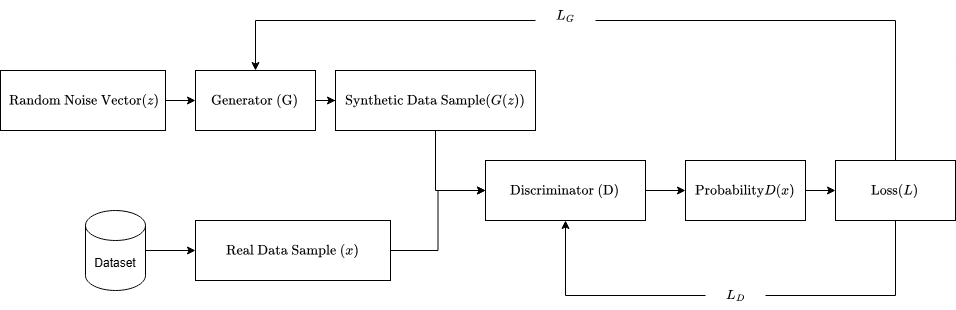
samjoash9/SFSAGEpaper keeps this draw.io diagram as figures/gan_framework.png. Above is the earlier version. Source tidied: cells renumbered, new cells last; positions are measured from the earlier drawing's top-left corner, leaving out a move shared by most shapes.
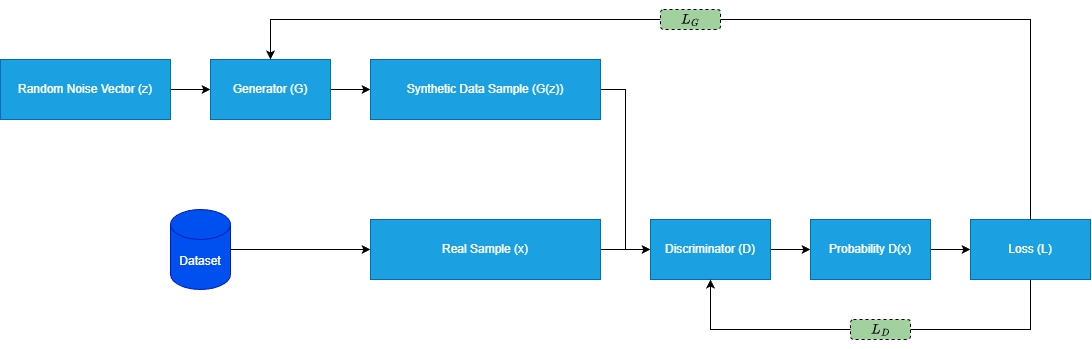
The same file after the commit.

Change to the diagram source:
```diff
@@ -1,111 +1,81 @@
-<mxGraphModel background="#ffffff" math="1">
+<mxGraphModel background="#FFFFFF" math="1">
   <root>
     <mxCell id="0" />
     <mxCell id="1" parent="0" />
-    <mxCell id="2" style="edgeStyle=orthogonalEdgeStyle;rounded=0;orthogonalLoop=1;jettySize=auto;html=1;" parent="1" edge="1">
-      <mxGeometry relative="1" as="geometry">
-        <mxPoint x="445" y="210" as="sourcePoint" />
-      </mxGeometry>
-    </mxCell>
-    <mxCell id="3" style="edgeStyle=orthogonalEdgeStyle;rounded=0;orthogonalLoop=1;jettySize=auto;html=1;" parent="1" edge="1">
-      <mxGeometry relative="1" as="geometry">
-        <mxPoint x="445" y="210" as="sourcePoint" />
-      </mxGeometry>
-    </mxCell>
-    <mxCell id="4" style="edgeStyle=orthogonalEdgeStyle;rounded=0;orthogonalLoop=1;jettySize=auto;html=1;" parent="1" edge="1">
-      <mxGeometry relative="1" as="geometry">
-        <mxPoint x="485" y="250" as="sourcePoint" />
-      </mxGeometry>
-    </mxCell>
-    <mxCell id="5" style="edgeStyle=orthogonalEdgeStyle;rounded=0;orthogonalLoop=1;jettySize=auto;html=1;entryX=0.5;entryY=0;entryDx=0;entryDy=0;" parent="1" edge="1">
-      <mxGeometry relative="1" as="geometry">
-        <mxPoint x="525" y="210" as="sourcePoint" />
-      </mxGeometry>
-    </mxCell>
-    <mxCell id="6" style="edgeStyle=orthogonalEdgeStyle;rounded=0;orthogonalLoop=1;jettySize=auto;html=1;" parent="1" edge="1">
-      <mxGeometry relative="1" as="geometry">
-        <mxPoint x="365" y="370" as="sourcePoint" />
-      </mxGeometry>
-    </mxCell>
-    <mxCell id="7" style="edgeStyle=orthogonalEdgeStyle;rounded=0;orthogonalLoop=1;jettySize=auto;html=1;" parent="1" edge="1">
-      <mxGeometry relative="1" as="geometry">
-        <mxPoint x="665" y="370" as="sourcePoint" />
-      </mxGeometry>
-    </mxCell>
-    <mxCell id="8" style="edgeStyle=orthogonalEdgeStyle;rounded=0;jettySize=auto;html=1;entryX=0;entryY=0.5;entryDx=0;entryDy=0;" parent="1" edge="1" source="9" target="11">
-      <mxGeometry relative="1" as="geometry" />
-    </mxCell>
-    <mxCell id="9" value="&amp;nbsp;\( \text{Random Noise Vector}&amp;nbsp; (z)\)" style="rounded=0;whiteSpace=wrap;html=1;" parent="1" vertex="1">
-      <mxGeometry y="70" width="165" height="60" as="geometry" />
-    </mxCell>
-    <mxCell id="10" style="edgeStyle=orthogonalEdgeStyle;rounded=0;jettySize=auto;html=1;" parent="1" edge="1" source="11" target="19">
-      <mxGeometry relative="1" as="geometry" />
-    </mxCell>
-    <mxCell id="11" value="\(\text{Generator (G)}\)" style="rounded=0;whiteSpace=wrap;html=1;" parent="1" vertex="1">
-      <mxGeometry x="195" y="70" width="120" height="60" as="geometry" />
-    </mxCell>
-    <mxCell id="12" style="edgeStyle=orthogonalEdgeStyle;rounded=0;jettySize=auto;html=1;entryX=0;entryY=0.5;entryDx=0;entryDy=0;" parent="1" edge="1" source="13" target="15">
-      <mxGeometry relative="1" as="geometry" />
-    </mxCell>
+    <mxCell id="29" style="edgeStyle=orthogonalEdgeStyle;rounded=0;jettySize=auto;html=1;entryX=0;entryY=0.5;entryDx=0;entryDy=0;" parent="1" edge="1" source="30" target="32">
+      <mxGeometry relative="1" as="geometry" />
+    </mxCell>
+    <mxCell id="30" value="Random Noise Vector (z)" style="rounded=0;whiteSpace=wrap;html=1;fillColor=#1BA1E2;strokeColor=#006EAF;fontColor=#ffffff;" parent="1" vertex="1">
+      <mxGeometry x="-85" y="60" width="170" height="60" as="geometry" />
+    </mxCell>
+    <mxCell id="31" style="edgeStyle=orthogonalEdgeStyle;rounded=0;jettySize=auto;html=1;entryX=0;entryY=0.5;entryDx=0;entryDy=0;" parent="1" edge="1" source="32" target="34">
+      <mxGeometry relative="1" as="geometry" />
+    </mxCell>
+    <mxCell id="32" value="Generator (G)" style="rounded=0;whiteSpace=wrap;html=1;fillColor=#1BA1E2;fontColor=#ffffff;strokeColor=#006EAF;" parent="1" vertex="1">
+      <mxGeometry x="125" y="60" width="120" height="60" as="geometry" />
+    </mxCell>
+    <mxCell id="33" style="edgeStyle=orthogonalEdgeStyle;rounded=0;jettySize=auto;html=1;entryX=0;entryY=0.5;entryDx=0;entryDy=0;" parent="1" edge="1" source="34" target="39">
+      <mxGeometry relative="1" as="geometry" />
+    </mxCell>
+    <mxCell id="34" value="Synthetic Data Sample (G(z))" style="rounded=0;whiteSpace=wrap;html=1;fillColor=#1BA1E2;fontColor=#ffffff;strokeColor=#006EAF;" parent="1" vertex="1">
+      <mxGeometry x="285" y="60" width="230" height="60" as="geometry" />
+    </mxCell>
+    <mxCell id="35" style="edgeStyle=orthogonalEdgeStyle;rounded=0;jettySize=auto;html=1;" parent="1" edge="1" source="36">
+      <mxGeometry relative="1" as="geometry">
+        <mxPoint x="565" y="250" as="targetPoint" />
+      </mxGeometry>
+    </mxCell>
+    <mxCell id="36" value="Real Sample (x)" style="rounded=0;whiteSpace=wrap;html=1;fillColor=#1BA1E2;fontColor=#ffffff;strokeColor=#006EAF;" parent="1" vertex="1">
+      <mxGeometry x="285" y="220" width="230" height="60" as="geometry" />
+    </mxCell>
+    <mxCell id="37" style="edgeStyle=orthogonalEdgeStyle;rounded=0;jettySize=auto;html=1;entryX=0;entryY=0.5;entryDx=0;entryDy=0;" parent="1" edge="1" source="13" target="36">
+      <mxGeometry relative="1" as="geometry" />
+    </mxCell>
-    <mxCell id="13" value="Dataset" style="shape=cylinder3;whiteSpace=wrap;html=1;boundedLbl=1;backgroundOutline=1;size=15;" parent="1" vertex="1">
+    <mxCell id="13" value="Dataset" style="shape=cylinder3;whiteSpace=wrap;html=1;boundedLbl=1;backgroundOutline=1;size=15;fillColor=#0050ef;fontColor=#ffffff;strokeColor=#001DBC;" parent="1" vertex="1">
       <mxGeometry x="85" y="210" width="60" height="80" as="geometry" />
     </mxCell>
-    <mxCell id="14" style="edgeStyle=orthogonalEdgeStyle;rounded=0;jettySize=auto;html=1;entryX=0;entryY=0.5;entryDx=0;entryDy=0;" parent="1" edge="1" source="15" target="17">
-      <mxGeometry relative="1" as="geometry" />
-    </mxCell>
-    <mxCell id="15" value="\(\text{Real Data Sample } (x)\)" style="rounded=0;whiteSpace=wrap;html=1;" parent="1" vertex="1">
-      <mxGeometry x="195" y="220" width="195" height="60" as="geometry" />
-    </mxCell>
-    <mxCell id="16" style="edgeStyle=orthogonalEdgeStyle;rounded=0;jettySize=auto;html=1;entryX=0;entryY=0.5;entryDx=0;entryDy=0;" parent="1" edge="1" source="17" target="21">
-      <mxGeometry relative="1" as="geometry" />
-    </mxCell>
-    <mxCell id="17" value="\(\text{Discriminator (D)}\)" style="rounded=0;whiteSpace=wrap;html=1;" parent="1" vertex="1">
-      <mxGeometry x="485" y="160" width="160" height="60" as="geometry" />
-    </mxCell>
-    <mxCell id="18" style="edgeStyle=orthogonalEdgeStyle;rounded=0;jettySize=auto;html=1;entryX=0;entryY=0.5;entryDx=0;entryDy=0;" parent="1" edge="1" source="19" target="17">
-      <mxGeometry relative="1" as="geometry" />
-    </mxCell>
-    <mxCell id="19" value="\(\text{Synthetic Data Sample} (G(z))\)" style="rounded=0;whiteSpace=wrap;html=1;" parent="1" vertex="1">
-      <mxGeometry x="335" y="70" width="200" height="60" as="geometry" />
-    </mxCell>
-    <mxCell id="20" style="edgeStyle=orthogonalEdgeStyle;rounded=0;jettySize=auto;html=1;entryX=0;entryY=0.5;entryDx=0;entryDy=0;" parent="1" edge="1" source="21" target="24">
-      <mxGeometry relative="1" as="geometry" />
-    </mxCell>
-    <mxCell id="21" value="\(\text{Probability} D(x)\)" style="rounded=0;whiteSpace=wrap;html=1;" parent="1" vertex="1">
-      <mxGeometry x="685" y="160" width="120" height="60" as="geometry" />
-    </mxCell>
-    <mxCell id="22" style="edgeStyle=orthogonalEdgeStyle;rounded=0;jettySize=auto;html=1;" parent="1" edge="1" source="26" target="11">
-      <mxGeometry relative="1" as="geometry">
-        <Array as="points">
-          <mxPoint x="255" y="20" />
-        </Array>
-      </mxGeometry>
-    </mxCell>
-    <mxCell id="23" style="edgeStyle=orthogonalEdgeStyle;rounded=0;jettySize=auto;html=1;entryX=0.5;entryY=1;entryDx=0;entryDy=0;" parent="1" edge="1" source="27" target="17">
-      <mxGeometry relative="1" as="geometry" />
-    </mxCell>
-    <mxCell id="24" value="\(\text{Loss} (L)\)" style="rounded=0;whiteSpace=wrap;html=1;" parent="1" vertex="1">
-      <mxGeometry x="835" y="160" width="120" height="60" as="geometry" />
-    </mxCell>
-    <mxCell id="25" style="edgeStyle=orthogonalEdgeStyle;rounded=0;jettySize=auto;html=1;endArrow=none;startFill=0;" parent="1" edge="1" source="24" target="26">
-      <mxGeometry relative="1" as="geometry">
-        <Array as="points">
-          <mxPoint x="895" y="20" />
-        </Array>
-      </mxGeometry>
-    </mxCell>
-    <mxCell id="26" value="\(L_G\)" style="text;html=1;align=center;verticalAlign=middle;points=[];strokeColor=none;fillColor=none;" parent="1" vertex="1">
-      <mxGeometry x="535" width="60" height="30" as="geometry" />
-    </mxCell>
-    <mxCell id="27" value="\(L_D\)" style="text;html=1;align=center;verticalAlign=middle;points=[];strokeColor=none;fillColor=none;" parent="1" vertex="1">
-      <mxGeometry x="705" y="280" width="60" height="30" as="geometry" />
-    </mxCell>
-    <mxCell id="28" style="edgeStyle=orthogonalEdgeStyle;rounded=0;jettySize=auto;html=1;exitX=0.5;exitY=1;exitDx=0;exitDy=0;endArrow=none;startFill=0;" parent="1" edge="1" source="24" target="27">
-      <mxGeometry relative="1" as="geometry">
-        <Array as="points">
-          <mxPoint x="895" y="295" />
-        </Array>
-      </mxGeometry>
-    </mxCell>
+    <mxCell id="38" style="edgeStyle=orthogonalEdgeStyle;rounded=0;jettySize=auto;html=1;entryX=0;entryY=0.5;entryDx=0;entryDy=0;" parent="1" edge="1" source="39" target="41">
+      <mxGeometry relative="1" as="geometry" />
+    </mxCell>
+    <mxCell id="39" value="Discriminator (D)" style="rounded=0;whiteSpace=wrap;html=1;fillColor=#1BA1E2;fontColor=#ffffff;strokeColor=#006EAF;" parent="1" vertex="1">
+      <mxGeometry x="565" y="220" width="120" height="60" as="geometry" />
+    </mxCell>
+    <mxCell id="40" style="edgeStyle=orthogonalEdgeStyle;rounded=0;jettySize=auto;html=1;entryX=0;entryY=0.5;entryDx=0;entryDy=0;" parent="1" edge="1" source="41" target="44">
+      <mxGeometry relative="1" as="geometry" />
+    </mxCell>
+    <mxCell id="41" value="Probability D(x)" style="rounded=0;whiteSpace=wrap;html=1;fillColor=#1BA1E2;fontColor=#ffffff;strokeColor=#006EAF;" parent="1" vertex="1">
+      <mxGeometry x="725" y="220" width="120" height="60" as="geometry" />
+    </mxCell>
+    <mxCell id="42" style="edgeStyle=orthogonalEdgeStyle;rounded=0;jettySize=auto;html=1;entryX=0.5;entryY=1;entryDx=0;entryDy=0;" parent="1" edge="1" source="44" target="39">
+      <mxGeometry relative="1" as="geometry">
+        <Array as="points">
+          <mxPoint x="945" y="330" />
+          <mxPoint x="625" y="330" />
+        </Array>
+      </mxGeometry>
+    </mxCell>
+    <mxCell id="43" style="edgeStyle=orthogonalEdgeStyle;rounded=0;jettySize=auto;html=1;entryX=0.5;entryY=0;entryDx=0;entryDy=0;" parent="1" edge="1" source="46" target="32">
+      <mxGeometry relative="1" as="geometry">
+        <Array as="points">
+          <mxPoint x="185" y="20" />
+        </Array>
+      </mxGeometry>
+    </mxCell>
+    <mxCell id="44" value="Loss (L)" style="rounded=0;whiteSpace=wrap;html=1;fillColor=#1BA1E2;fontColor=#ffffff;strokeColor=#006EAF;" parent="1" vertex="1">
+      <mxGeometry x="885" y="220" width="120" height="60" as="geometry" />
+    </mxCell>
+    <mxCell id="45" style="edgeStyle=orthogonalEdgeStyle;rounded=0;jettySize=auto;html=1;entryX=0.5;entryY=0;entryDx=0;entryDy=0;" parent="1" edge="1" source="44" target="46">
+      <mxGeometry relative="1" as="geometry">
+        <Array as="points">
+          <mxPoint x="945" y="20" />
+        </Array>
+      </mxGeometry>
+    </mxCell>
+    <mxCell id="46" value="&lt;font style=&quot;color: rgb(0, 0, 0);&quot;&gt;$$L_G$$&lt;/font&gt;" style="rounded=1;whiteSpace=wrap;html=1;fillColor=#A1D19F;strokeColor=#000000;fontColor=#ffffff;dashed=1;" parent="1" vertex="1">
+      <mxGeometry x="575" y="10" width="60" height="20" as="geometry" />
+    </mxCell>
+    <mxCell id="47" value="&lt;font style=&quot;color: rgb(0, 0, 0);&quot;&gt;$$L_D$$&lt;/font&gt;" style="rounded=1;whiteSpace=wrap;html=1;fillColor=#A1D19F;strokeColor=#000000;fontColor=#ffffff;dashed=1;" parent="1" vertex="1">
+      <mxGeometry x="765" y="320" width="60" height="20" as="geometry" />
+    </mxCell>
   </root>
 </mxGraphModel>
```
